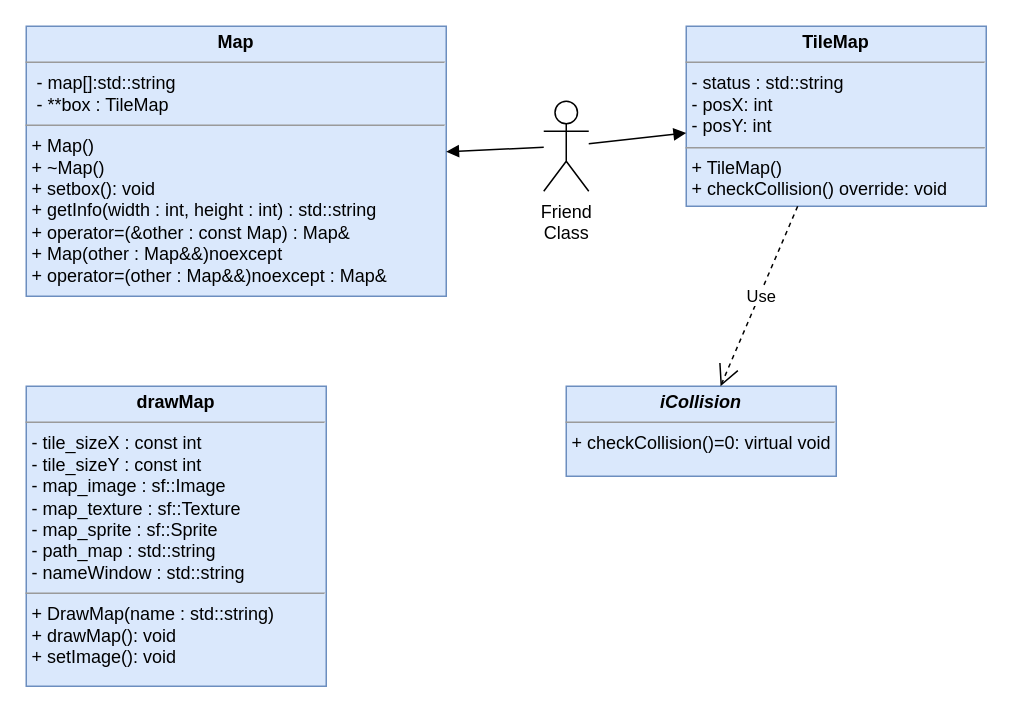
BrodyWar/decqoort keeps this draw.io diagram as Untitled Diagram.drawio. Above is the earlier version. Source tidied: cells renumbered, new cells numbered last; positions are measured from the earlier drawing's top-left corner, leaving out a move shared by most shapes. Both pictures are drawn from the tidied source at 150%, with x=0, y=0 at pixel (26, 26).
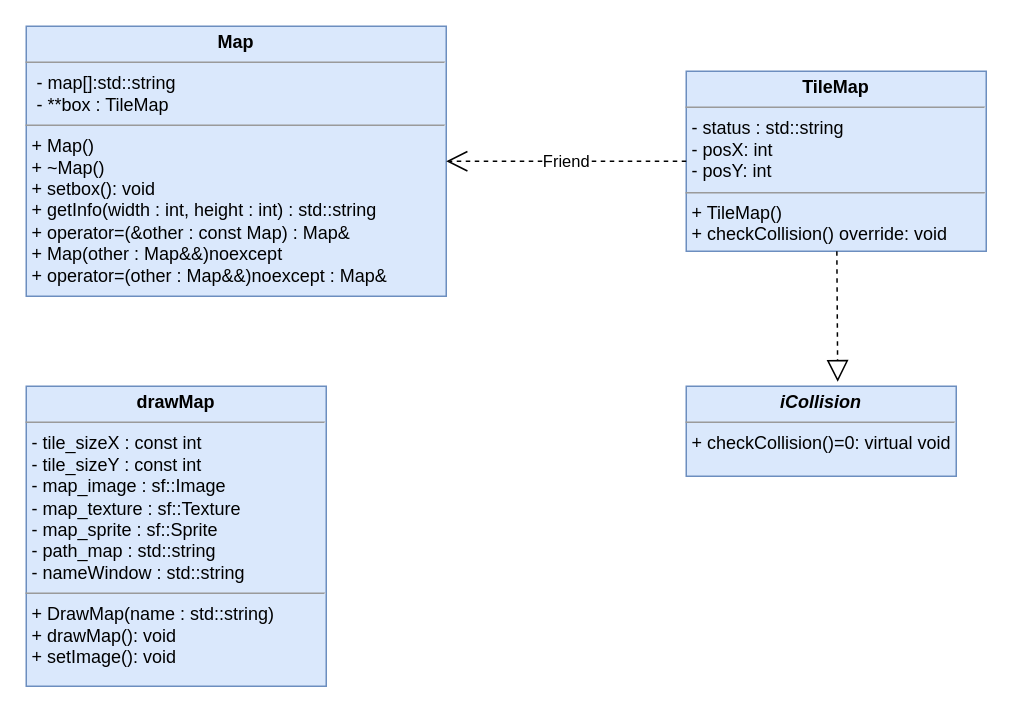
The same page after the edit.

What changed in the source:
```diff
@@
 <mxGraphModel>
   <root>
     <mxCell id="0" />
     <mxCell id="1" parent="0" />
     <mxCell id="2" value="&lt;p style=&quot;margin: 0px ; margin-top: 4px ; text-align: center&quot;&gt;&lt;b&gt;Map&lt;/b&gt;&lt;/p&gt;&lt;hr size=&quot;1&quot;&gt;&lt;p style=&quot;margin: 0px ; margin-left: 4px&quot;&gt;&lt;span&gt;&amp;nbsp;- map[]:std::string&lt;/span&gt;&lt;/p&gt;&lt;p style=&quot;margin: 0px ; margin-left: 4px&quot;&gt;&lt;span&gt;&amp;nbsp;- **box : TileMap&lt;/span&gt;&lt;br&gt;&lt;/p&gt;&lt;hr size=&quot;1&quot;&gt;&lt;p style=&quot;margin: 0px ; margin-left: 4px&quot;&gt;+ Map()&lt;/p&gt;&lt;p style=&quot;margin: 0px ; margin-left: 4px&quot;&gt;+ ~Map()&lt;/p&gt;&lt;p style=&quot;margin: 0px ; margin-left: 4px&quot;&gt;+ setbox(): void&lt;/p&gt;&lt;p style=&quot;margin: 0px ; margin-left: 4px&quot;&gt;+ getInfo(width : int, height : int) : std::string&lt;/p&gt;&lt;p style=&quot;margin: 0px ; margin-left: 4px&quot;&gt;+ operator=(&amp;amp;other : const Map) : Map&amp;amp;&lt;/p&gt;&lt;p style=&quot;margin: 0px ; margin-left: 4px&quot;&gt;+ Map(other : Map&amp;amp;&amp;amp;)noexcept&lt;/p&gt;&lt;p style=&quot;margin: 0px ; margin-left: 4px&quot;&gt;+ operator=(other : Map&amp;amp;&amp;amp;)noexcept : Map&amp;amp;&lt;/p&gt;" style="verticalAlign=top;align=left;overflow=fill;fontSize=12;fontFamily=Helvetica;html=1;fillColor=#dae8fc;strokeColor=#6c8ebf;" parent="1" vertex="1">
       <mxGeometry width="280" height="180" as="geometry" />
     </mxCell>
     <mxCell id="3" value="&lt;p style=&quot;margin: 0px ; margin-top: 4px ; text-align: center&quot;&gt;&lt;b&gt;&lt;i&gt;iCollision&lt;/i&gt;&lt;/b&gt;&lt;/p&gt;&lt;hr size=&quot;1&quot;&gt;&lt;p style=&quot;margin: 0px ; margin-left: 4px&quot;&gt;+ checkCollision()=0: virtual void&lt;/p&gt;" style="verticalAlign=top;align=left;overflow=fill;fontSize=12;fontFamily=Helvetica;html=1;fillColor=#dae8fc;strokeColor=#6c8ebf;" parent="1" vertex="1">
-      <mxGeometry x="360" y="240" width="180" height="60" as="geometry" />
+      <mxGeometry x="440" y="240" width="180" height="60" as="geometry" />
     </mxCell>
     <mxCell id="4" value="&lt;p style=&quot;margin: 0px ; margin-top: 4px ; text-align: center&quot;&gt;&lt;b&gt;drawMap&lt;/b&gt;&lt;/p&gt;&lt;hr size=&quot;1&quot;&gt;&lt;p style=&quot;margin: 0px ; margin-left: 4px&quot;&gt;- tile_sizeX : const int&lt;/p&gt;&lt;p style=&quot;margin: 0px ; margin-left: 4px&quot;&gt;- tile_sizeY : const int&lt;/p&gt;&lt;p style=&quot;margin: 0px ; margin-left: 4px&quot;&gt;- map_image : sf::Image&lt;/p&gt;&lt;p style=&quot;margin: 0px ; margin-left: 4px&quot;&gt;&lt;span&gt;- map_texture : sf::Texture&lt;/span&gt;&lt;/p&gt;&lt;p style=&quot;margin: 0px ; margin-left: 4px&quot;&gt;- map_sprite : sf::Sprite&lt;/p&gt;&lt;p style=&quot;margin: 0px ; margin-left: 4px&quot;&gt;- path_map : std::string&lt;/p&gt;&lt;p style=&quot;margin: 0px ; margin-left: 4px&quot;&gt;- nameWindow : std::string&lt;/p&gt;&lt;hr size=&quot;1&quot;&gt;&lt;p style=&quot;margin: 0px ; margin-left: 4px&quot;&gt;+ DrawMap(name : std::string)&lt;/p&gt;&lt;p style=&quot;margin: 0px ; margin-left: 4px&quot;&gt;+ drawMap(): void&lt;/p&gt;&lt;p style=&quot;margin: 0px ; margin-left: 4px&quot;&gt;+ setImage(): void&lt;/p&gt;" style="verticalAlign=top;align=left;overflow=fill;fontSize=12;fontFamily=Helvetica;html=1;fillColor=#dae8fc;strokeColor=#6c8ebf;" parent="1" vertex="1">
       <mxGeometry y="240" width="200" height="200" as="geometry" />
     </mxCell>
     <mxCell id="5" value="&lt;p style=&quot;margin: 0px ; margin-top: 4px ; text-align: center&quot;&gt;&lt;b&gt;TileMap&lt;/b&gt;&lt;/p&gt;&lt;hr size=&quot;1&quot;&gt;&lt;p style=&quot;margin: 0px ; margin-left: 4px&quot;&gt;- status : std::string&lt;/p&gt;&lt;p style=&quot;margin: 0px ; margin-left: 4px&quot;&gt;- posX: int&lt;/p&gt;&lt;p style=&quot;margin: 0px ; margin-left: 4px&quot;&gt;- posY: int&lt;/p&gt;&lt;hr size=&quot;1&quot;&gt;&lt;p style=&quot;margin: 0px ; margin-left: 4px&quot;&gt;+ TileMap()&lt;/p&gt;&lt;p style=&quot;margin: 0px ; margin-left: 4px&quot;&gt;+ checkCollision() override: void&lt;/p&gt;" style="verticalAlign=top;align=left;overflow=fill;fontSize=12;fontFamily=Helvetica;html=1;fillColor=#dae8fc;strokeColor=#6c8ebf;" parent="1" vertex="1">
-      <mxGeometry x="440" width="200" height="120" as="geometry" />
+      <mxGeometry x="440" y="30" width="200" height="120" as="geometry" />
     </mxCell>
-    <mxCell id="6" value="Use" style="endArrow=open;endSize=12;dashed=1;html=1;" parent="1" edge="1" source="5" target="3">
-      <mxGeometry x="-0.01" y="1" relative="1" as="geometry" />
+    <mxCell id="6" style="endArrow=block;dashed=1;endFill=0;endSize=12;html=1;entryX=0.561;entryY=-0.05;entryDx=0;entryDy=0;entryPerimeter=0;" parent="1" edge="1" source="5" target="3">
+      <mxGeometry relative="1" as="geometry" />
     </mxCell>
-    <mxCell id="7" style="endArrow=block;startArrow=none;endFill=1;startFill=1;html=1;" parent="1" edge="1" source="8" target="5">
-      <mxGeometry relative="1" as="geometry" />
-    </mxCell>
-    <mxCell id="8" value="Friend&lt;br&gt;Class&lt;br&gt;" style="shape=umlActor;verticalLabelPosition=bottom;verticalAlign=top;html=1;" parent="1" vertex="1">
-      <mxGeometry x="345" y="50" width="30" height="60" as="geometry" />
-    </mxCell>
-    <mxCell id="9" style="endArrow=none;startArrow=block;endFill=1;startFill=1;html=1;" parent="1" edge="1" source="2" target="8">
-      <mxGeometry relative="1" as="geometry" />
-    </mxCell>
+    <mxCell id="10" value="Friend&lt;br&gt;" style="endArrow=open;endSize=12;dashed=1;html=1;entryX=1;entryY=0.5;entryDx=0;entryDy=0;" parent="1" edge="1" source="5" target="2">
+      <mxGeometry relative="1" as="geometry" />
+    </mxCell>
   </root>
 </mxGraphModel>
```
